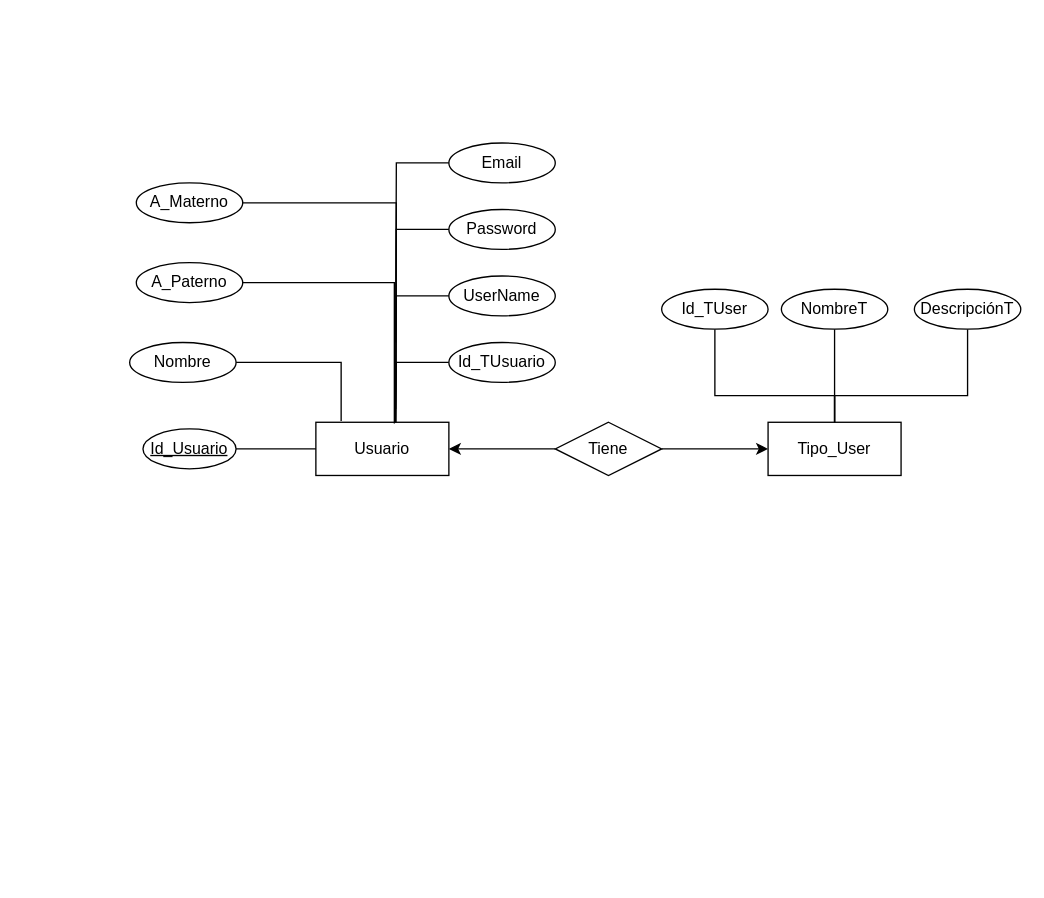
The draw.io diagram NewProyectOne.drawio in AbiMendoza06/ProyectOne, before the edit. Source tidied: cells renumbered, new cells numbered last; positions are measured from the earlier drawing's top-left corner, leaving out a move shared by most shapes. Both pictures are drawn from the tidied source at 133%, with x=0, y=0 at pixel (129, 142).
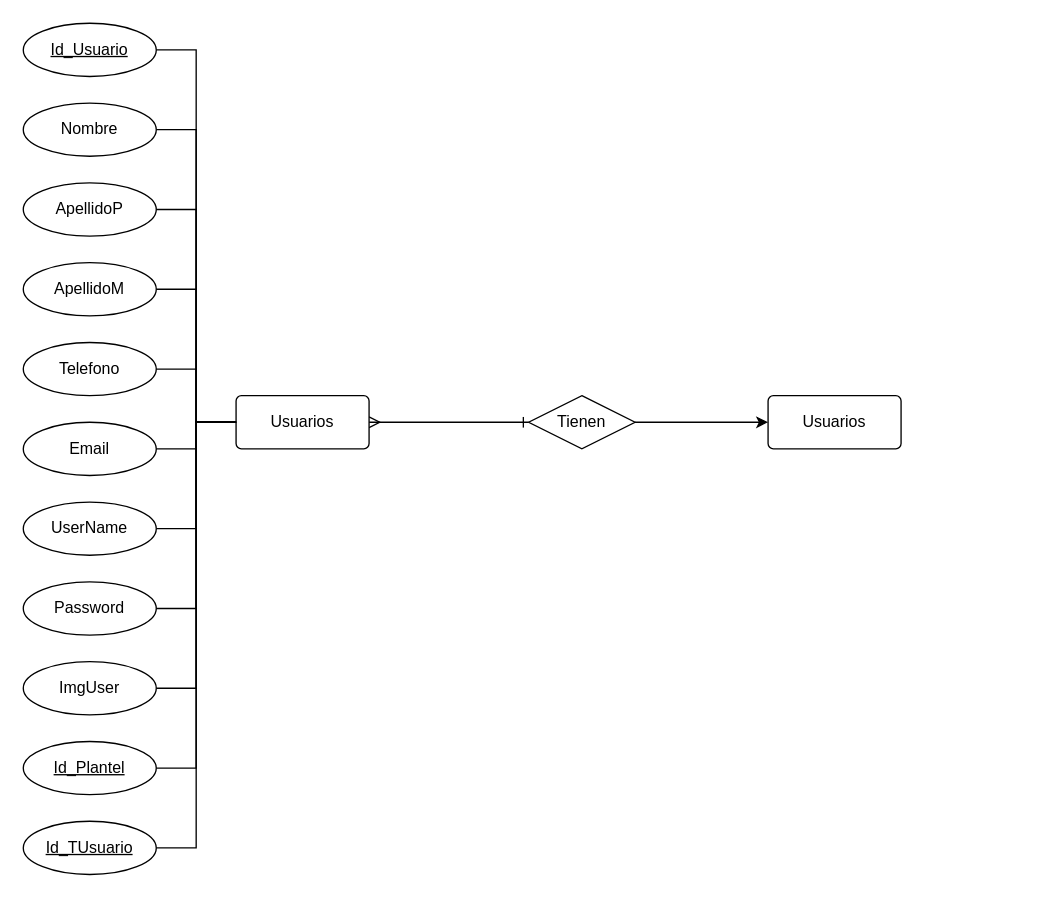
After the change.

Diff of the diagram source:
```diff
@@
-    <mxCell id="2" value="Usuario" style="whiteSpace=wrap;html=1;align=center;fillColor=#FFFFFF;" parent="1" vertex="1">
-      <mxGeometry x="140" y="210" width="100" height="40" as="geometry" />
-    </mxCell>
-    <mxCell id="3" style="edgeStyle=orthogonalEdgeStyle;rounded=0;jettySize=auto;html=1;endArrow=none;endFill=0;" parent="1" edge="1" source="4" target="2">
-      <mxGeometry relative="1" as="geometry" />
-    </mxCell>
+    <mxCell id="29" style="edgeStyle=orthogonalEdgeStyle;rounded=0;jettySize=auto;html=1;entryX=0;entryY=0.5;entryDx=0;entryDy=0;startArrow=ERmany;startFill=0;endArrow=ERone;endFill=0;" parent="1" edge="1" source="30" target="48">
+      <mxGeometry relative="1" as="geometry" />
+    </mxCell>
+    <mxCell id="30" value="Usuarios" style="rounded=1;arcSize=10;whiteSpace=wrap;html=1;align=center;" parent="1" vertex="1">
+      <mxGeometry x="80" y="190" width="100" height="40" as="geometry" />
+    </mxCell>
+    <mxCell id="31" style="edgeStyle=orthogonalEdgeStyle;rounded=0;jettySize=auto;html=1;entryX=0;entryY=0.5;entryDx=0;entryDy=0;endArrow=none;endFill=0;" parent="1" edge="1" source="4" target="30">
+      <mxGeometry relative="1" as="geometry" />
+    </mxCell>
     <mxCell id="4" value="Id_Usuario" style="ellipse;whiteSpace=wrap;html=1;align=center;fontStyle=4;" parent="1" vertex="1">
-      <mxGeometry x="10" y="215" width="70" height="30" as="geometry" />
+      <mxGeometry x="-80" y="-90" width="100" height="40" as="geometry" />
     </mxCell>
-    <mxCell id="5" style="edgeStyle=orthogonalEdgeStyle;rounded=0;jettySize=auto;html=1;entryX=0.19;entryY=-0.025;entryDx=0;entryDy=0;entryPerimeter=0;endArrow=none;endFill=0;" parent="1" edge="1" source="6" target="2">
-      <mxGeometry relative="1" as="geometry" />
-    </mxCell>
+    <mxCell id="32" style="edgeStyle=orthogonalEdgeStyle;rounded=0;jettySize=auto;html=1;entryX=0;entryY=0.5;entryDx=0;entryDy=0;endArrow=none;endFill=0;" parent="1" edge="1" source="6" target="30">
+      <mxGeometry relative="1" as="geometry" />
+    </mxCell>
     <mxCell id="6" value="Nombre" style="ellipse;whiteSpace=wrap;html=1;align=center;" parent="1" vertex="1">
-      <mxGeometry y="150" width="80" height="30" as="geometry" />
+      <mxGeometry x="-80" y="-30" width="100" height="40" as="geometry" />
     </mxCell>
-    <mxCell id="7" value="A_Materno" style="ellipse;whiteSpace=wrap;html=1;align=center;" parent="1" vertex="1">
-      <mxGeometry x="5" y="30" width="80" height="30" as="geometry" />
-    </mxCell>
-    <mxCell id="8" style="edgeStyle=orthogonalEdgeStyle;rounded=0;jettySize=auto;html=1;entryX=0.59;entryY=0.025;entryDx=0;entryDy=0;entryPerimeter=0;startArrow=none;startFill=0;endArrow=none;endFill=0;" parent="1" edge="1" source="9" target="2">
-      <mxGeometry relative="1" as="geometry" />
-    </mxCell>
-    <mxCell id="9" value="A_Paterno" style="ellipse;whiteSpace=wrap;html=1;align=center;" parent="1" vertex="1">
-      <mxGeometry x="5" y="90" width="80" height="30" as="geometry" />
-    </mxCell>
-    <mxCell id="10" style="edgeStyle=orthogonalEdgeStyle;rounded=0;jettySize=auto;html=1;endArrow=none;endFill=0;" parent="1" edge="1" source="7">
-      <mxGeometry relative="1" as="geometry">
-        <mxPoint x="200" y="210" as="targetPoint" />
-      </mxGeometry>
-    </mxCell>
+    <mxCell id="33" style="edgeStyle=orthogonalEdgeStyle;rounded=0;jettySize=auto;html=1;entryX=0;entryY=0.5;entryDx=0;entryDy=0;endArrow=none;endFill=0;" parent="1" edge="1" source="34" target="30">
+      <mxGeometry relative="1" as="geometry" />
+    </mxCell>
+    <mxCell id="34" value="ApellidoP" style="ellipse;whiteSpace=wrap;html=1;align=center;" parent="1" vertex="1">
+      <mxGeometry x="-80" y="30" width="100" height="40" as="geometry" />
+    </mxCell>
+    <mxCell id="35" style="edgeStyle=orthogonalEdgeStyle;rounded=0;jettySize=auto;html=1;entryX=0;entryY=0.5;entryDx=0;entryDy=0;endArrow=none;endFill=0;" parent="1" edge="1" source="36" target="30">
+      <mxGeometry relative="1" as="geometry" />
+    </mxCell>
+    <mxCell id="36" value="ApellidoM" style="ellipse;whiteSpace=wrap;html=1;align=center;" parent="1" vertex="1">
+      <mxGeometry x="-80" y="90" width="100" height="40" as="geometry" />
+    </mxCell>
+    <mxCell id="37" style="edgeStyle=orthogonalEdgeStyle;rounded=0;jettySize=auto;html=1;entryX=0;entryY=0.5;entryDx=0;entryDy=0;endArrow=none;endFill=0;" parent="1" edge="1" source="38" target="30">
+      <mxGeometry relative="1" as="geometry" />
+    </mxCell>
+    <mxCell id="38" value="Telefono" style="ellipse;whiteSpace=wrap;html=1;align=center;" parent="1" vertex="1">
+      <mxGeometry x="-80" y="150" width="100" height="40" as="geometry" />
+    </mxCell>
+    <mxCell id="39" style="edgeStyle=orthogonalEdgeStyle;rounded=0;jettySize=auto;html=1;exitX=1;exitY=0.5;exitDx=0;exitDy=0;entryX=0;entryY=0.5;entryDx=0;entryDy=0;endArrow=none;endFill=0;" parent="1" edge="1" source="15" target="30">
+      <mxGeometry relative="1" as="geometry" />
+    </mxCell>
+    <mxCell id="15" value="Email" style="ellipse;whiteSpace=wrap;html=1;align=center;" parent="1" vertex="1">
+      <mxGeometry x="-80" y="210" width="100" height="40" as="geometry" />
+    </mxCell>
+    <mxCell id="40" style="edgeStyle=orthogonalEdgeStyle;rounded=0;jettySize=auto;html=1;entryX=0;entryY=0.5;entryDx=0;entryDy=0;endArrow=none;endFill=0;" parent="1" edge="1" source="13" target="30">
+      <mxGeometry relative="1" as="geometry" />
+    </mxCell>
+    <mxCell id="13" value="UserName" style="ellipse;whiteSpace=wrap;html=1;align=center;" parent="1" vertex="1">
+      <mxGeometry x="-80" y="270" width="100" height="40" as="geometry" />
+    </mxCell>
+    <mxCell id="41" style="edgeStyle=orthogonalEdgeStyle;rounded=0;jettySize=auto;html=1;entryX=0;entryY=0.5;entryDx=0;entryDy=0;endArrow=none;endFill=0;" parent="1" edge="1" source="11" target="30">
+      <mxGeometry relative="1" as="geometry" />
+    </mxCell>
     <mxCell id="11" value="Password" style="ellipse;whiteSpace=wrap;html=1;align=center;" parent="1" vertex="1">
-      <mxGeometry x="240" y="50" width="80" height="30" as="geometry" />
+      <mxGeometry x="-80" y="330" width="100" height="40" as="geometry" />
     </mxCell>
-    <mxCell id="12" style="edgeStyle=orthogonalEdgeStyle;rounded=0;jettySize=auto;html=1;endArrow=none;endFill=0;" parent="1" edge="1" source="13">
-      <mxGeometry relative="1" as="geometry">
-        <mxPoint x="200" y="210" as="targetPoint" />
-      </mxGeometry>
-    </mxCell>
-    <mxCell id="13" value="UserName" style="ellipse;whiteSpace=wrap;html=1;align=center;" parent="1" vertex="1">
-      <mxGeometry x="240" y="100" width="80" height="30" as="geometry" />
-    </mxCell>
-    <mxCell id="14" style="edgeStyle=orthogonalEdgeStyle;rounded=0;jettySize=auto;html=1;endArrow=none;endFill=0;" parent="1" edge="1" source="15">
-      <mxGeometry relative="1" as="geometry">
-        <mxPoint x="200" y="150" as="targetPoint" />
-      </mxGeometry>
-    </mxCell>
-    <mxCell id="15" value="Email" style="ellipse;whiteSpace=wrap;html=1;align=center;" parent="1" vertex="1">
-      <mxGeometry x="240" width="80" height="30" as="geometry" />
-    </mxCell>
-    <mxCell id="16" style="edgeStyle=orthogonalEdgeStyle;rounded=0;jettySize=auto;html=1;endArrow=none;endFill=0;" parent="1" edge="1" source="17">
-      <mxGeometry relative="1" as="geometry">
-        <mxPoint x="200" y="210" as="targetPoint" />
-      </mxGeometry>
-    </mxCell>
+    <mxCell id="42" style="edgeStyle=orthogonalEdgeStyle;rounded=0;jettySize=auto;html=1;entryX=0;entryY=0.5;entryDx=0;entryDy=0;endArrow=none;endFill=0;" parent="1" edge="1" source="43" target="30">
+      <mxGeometry relative="1" as="geometry" />
+    </mxCell>
+    <mxCell id="43" value="ImgUser" style="ellipse;whiteSpace=wrap;html=1;align=center;" parent="1" vertex="1">
+      <mxGeometry x="-80" y="390" width="100" height="40" as="geometry" />
+    </mxCell>
+    <mxCell id="44" style="edgeStyle=orthogonalEdgeStyle;rounded=0;jettySize=auto;html=1;entryX=0;entryY=0.5;entryDx=0;entryDy=0;endArrow=none;endFill=0;" parent="1" edge="1" source="45" target="30">
+      <mxGeometry relative="1" as="geometry" />
+    </mxCell>
+    <mxCell id="45" value="Id_Plantel" style="ellipse;whiteSpace=wrap;html=1;align=center;fontStyle=4;" parent="1" vertex="1">
+      <mxGeometry x="-80" y="450" width="100" height="40" as="geometry" />
+    </mxCell>
+    <mxCell id="46" style="edgeStyle=orthogonalEdgeStyle;rounded=0;jettySize=auto;html=1;exitX=1;exitY=0.5;exitDx=0;exitDy=0;entryX=0;entryY=0.5;entryDx=0;entryDy=0;endArrow=none;endFill=0;" parent="1" edge="1" source="17" target="30">
+      <mxGeometry relative="1" as="geometry" />
+    </mxCell>
-    <mxCell id="17" value="Id_TUsuario" style="ellipse;whiteSpace=wrap;html=1;align=center;" parent="1" vertex="1">
-      <mxGeometry x="240" y="150" width="80" height="30" as="geometry" />
+    <mxCell id="17" value="Id_TUsuario" style="ellipse;whiteSpace=wrap;html=1;align=center;fontStyle=4;" parent="1" vertex="1">
+      <mxGeometry x="-80" y="510" width="100" height="40" as="geometry" />
     </mxCell>
-    <mxCell id="18" value="Tipo_User" style="whiteSpace=wrap;html=1;align=center;" parent="1" vertex="1">
-      <mxGeometry x="480" y="210" width="100" height="40" as="geometry" />
-    </mxCell>
-    <mxCell id="19" style="edgeStyle=orthogonalEdgeStyle;rounded=0;jettySize=auto;html=1;exitX=0;exitY=0.5;exitDx=0;exitDy=0;endArrow=none;endFill=0;" parent="1" edge="1" source="11">
-      <mxGeometry relative="1" as="geometry">
-        <mxPoint x="200" y="200" as="targetPoint" />
-      </mxGeometry>
-    </mxCell>
-    <mxCell id="20" style="edgeStyle=orthogonalEdgeStyle;rounded=0;jettySize=auto;html=1;entryX=0.5;entryY=0;entryDx=0;entryDy=0;endArrow=none;endFill=0;" parent="1" edge="1" source="21" target="18">
-      <mxGeometry relative="1" as="geometry">
-        <Array as="points">
-          <mxPoint x="630" y="190" />
-          <mxPoint x="530" y="190" />
-        </Array>
-      </mxGeometry>
-    </mxCell>
-    <mxCell id="21" value="DescripciónT" style="ellipse;whiteSpace=wrap;html=1;align=center;" parent="1" vertex="1">
-      <mxGeometry x="590" y="110" width="80" height="30" as="geometry" />
-    </mxCell>
-    <mxCell id="22" style="edgeStyle=orthogonalEdgeStyle;rounded=0;jettySize=auto;html=1;entryX=0.5;entryY=0;entryDx=0;entryDy=0;endArrow=none;endFill=0;" parent="1" edge="1" source="23" target="18">
-      <mxGeometry relative="1" as="geometry" />
-    </mxCell>
-    <mxCell id="23" value="NombreT" style="ellipse;whiteSpace=wrap;html=1;align=center;" parent="1" vertex="1">
-      <mxGeometry x="490" y="110" width="80" height="30" as="geometry" />
-    </mxCell>
-    <mxCell id="24" style="edgeStyle=orthogonalEdgeStyle;rounded=0;jettySize=auto;html=1;exitX=0.5;exitY=1;exitDx=0;exitDy=0;entryX=0.5;entryY=0;entryDx=0;entryDy=0;endArrow=none;endFill=0;" parent="1" edge="1" source="25" target="18">
-      <mxGeometry relative="1" as="geometry">
-        <Array as="points">
-          <mxPoint x="440" y="190" />
-          <mxPoint x="530" y="190" />
-        </Array>
-      </mxGeometry>
-    </mxCell>
-    <mxCell id="25" value="Id_TUser" style="ellipse;whiteSpace=wrap;html=1;align=center;" parent="1" vertex="1">
-      <mxGeometry x="400" y="110" width="80" height="30" as="geometry" />
-    </mxCell>
-    <mxCell id="26" style="edgeStyle=orthogonalEdgeStyle;rounded=0;jettySize=auto;html=1;entryX=0;entryY=0.5;entryDx=0;entryDy=0;" parent="1" edge="1" source="28" target="18">
-      <mxGeometry relative="1" as="geometry" />
-    </mxCell>
-    <mxCell id="27" style="edgeStyle=orthogonalEdgeStyle;rounded=0;jettySize=auto;html=1;entryX=1;entryY=0.5;entryDx=0;entryDy=0;" parent="1" edge="1" source="28" target="2">
-      <mxGeometry relative="1" as="geometry" />
-    </mxCell>
-    <mxCell id="28" value="Tiene" style="shape=rhombus;perimeter=rhombusPerimeter;whiteSpace=wrap;html=1;align=center;" parent="1" vertex="1">
-      <mxGeometry x="320" y="210" width="80" height="40" as="geometry" />
-    </mxCell>
+    <mxCell id="47" style="edgeStyle=orthogonalEdgeStyle;rounded=0;jettySize=auto;html=1;" parent="1" edge="1" source="48" target="49">
+      <mxGeometry relative="1" as="geometry" />
+    </mxCell>
+    <mxCell id="48" value="Tienen" style="shape=rhombus;perimeter=rhombusPerimeter;whiteSpace=wrap;html=1;align=center;" parent="1" vertex="1">
+      <mxGeometry x="300" y="190" width="80" height="40" as="geometry" />
+    </mxCell>
+    <mxCell id="49" value="Usuarios" style="rounded=1;arcSize=10;whiteSpace=wrap;html=1;align=center;" parent="1" vertex="1">
+      <mxGeometry x="480" y="190" width="100" height="40" as="geometry" />
+    </mxCell>
```
